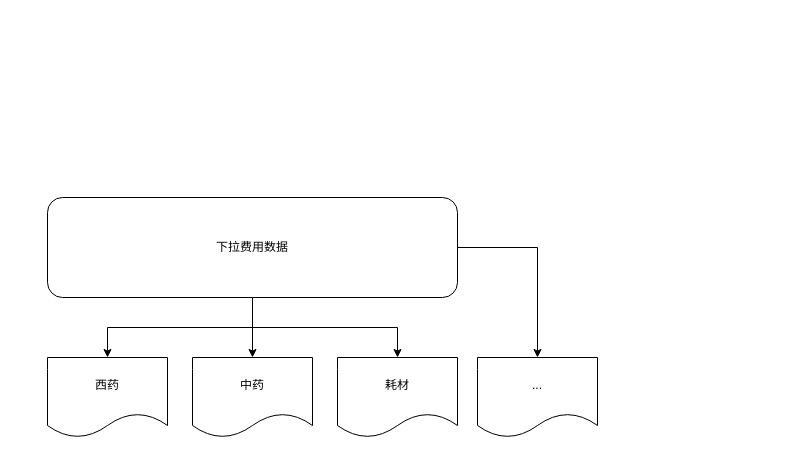
Above: page "数据加载" (3 of 4) of 未命名绘图.drawio in lixiaoyuan/his-de-files (draw.io), before the change. Source tidied: cells renumbered, new cells numbered last; positions are measured from the earlier drawing's top-left corner, leaving out a move shared by most shapes. Both pictures are drawn from the tidied source at 100%, with x=0, y=0 at pixel (47, 197).
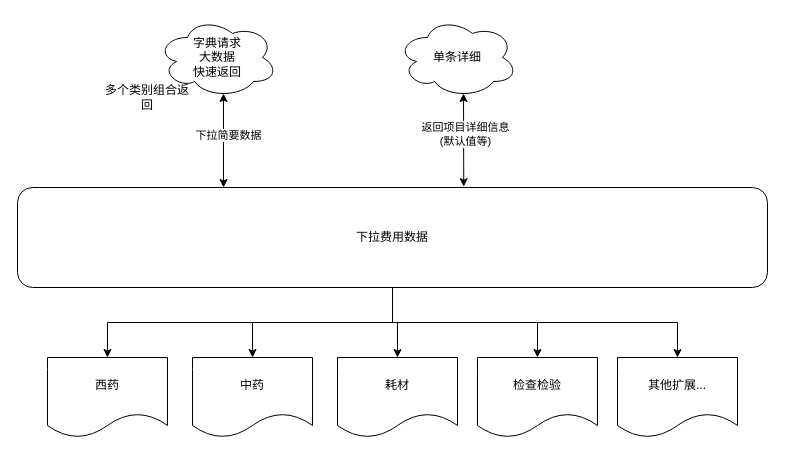
The same diagram, later.

Commit message (it also covers changes not shown here):
更新未命名绘图.drawio

Diff of the diagram source:
```diff
@@
+    <mxCell id="11" style="edgeStyle=orthogonalEdgeStyle;rounded=0;jettySize=auto;html=1;" parent="1" edge="1" source="6" target="12">
+      <mxGeometry relative="1" as="geometry" />
+    </mxCell>
     <mxCell id="6" value="下拉费用数据" style="rounded=1;whiteSpace=wrap;html=1;" parent="1" vertex="1">
-      <mxGeometry width="410" height="100" as="geometry" />
+      <mxGeometry x="-30" y="-10" width="750" height="100" as="geometry" />
     </mxCell>
@@
-    <mxCell id="10" value="..." style="shape=document;whiteSpace=wrap;html=1;boundedLbl=1;rounded=1;" parent="1" vertex="1">
+    <mxCell id="10" value="检查检验" style="shape=document;whiteSpace=wrap;html=1;boundedLbl=1;rounded=1;" parent="1" vertex="1">
       <mxGeometry x="430" y="160" width="120" height="80" as="geometry" />
     </mxCell>
+    <mxCell id="12" value="其他扩展..." style="shape=document;whiteSpace=wrap;html=1;boundedLbl=1;rounded=1;" parent="1" vertex="1">
+      <mxGeometry x="570" y="160" width="120" height="80" as="geometry" />
+    </mxCell>
+    <mxCell id="13" style="endArrow=classic;startArrow=classic;html=1;rounded=0;entryX=0.55;entryY=0.95;entryDx=0;entryDy=0;entryPerimeter=0;" parent="1" edge="1" target="19">
+      <mxGeometry relative="1" as="geometry">
+        <mxPoint x="176" y="-10" as="sourcePoint" />
+      </mxGeometry>
+    </mxCell>
+    <mxCell id="14" value="下拉简要数据" style="edgeLabel;html=1;align=center;verticalAlign=middle;" parent="13" vertex="1">
+      <mxGeometry x="0.13" y="-4" relative="1" as="geometry" />
+    </mxCell>
+    <mxCell id="15" value="单条详细" style="ellipse;shape=cloud;whiteSpace=wrap;html=1;" parent="1" vertex="1">
+      <mxGeometry x="350" y="-180" width="120" height="80" as="geometry" />
+    </mxCell>
+    <mxCell id="16" style="endArrow=classic;startArrow=classic;html=1;rounded=0;entryX=0.55;entryY=0.95;entryDx=0;entryDy=0;entryPerimeter=0;exitX=0.595;exitY=-0.008;exitDx=0;exitDy=0;exitPerimeter=0;" parent="1" edge="1" source="6" target="15">
+      <mxGeometry relative="1" as="geometry" />
+    </mxCell>
+    <mxCell id="17" value="返回项目详细信息&lt;br&gt;(默认值等)" style="edgeLabel;html=1;align=center;verticalAlign=middle;" parent="16" vertex="1">
+      <mxGeometry x="0.14" y="-1" relative="1" as="geometry" />
+    </mxCell>
+    <mxCell id="18" style="group;" parent="1" vertex="1">
+      <mxGeometry x="55" y="-180" width="175" height="100" as="geometry" />
+    </mxCell>
+    <mxCell id="19" value="字典请求&lt;br&gt;大数据&lt;br&gt;快速返回" style="ellipse;shape=cloud;whiteSpace=wrap;html=1;" parent="18" vertex="1">
+      <mxGeometry x="55" width="120" height="80" as="geometry" />
+    </mxCell>
+    <mxCell id="20" value="多个类别组合返回" style="text;html=1;strokeColor=none;fillColor=none;align=center;verticalAlign=middle;whiteSpace=wrap;rounded=0;" parent="18" vertex="1">
+      <mxGeometry y="60" width="90" height="40" as="geometry" />
+    </mxCell>
```
